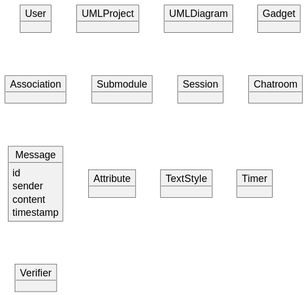
Earlier version of the PlantUML export docs/graphs/svg/dm.svg (Vghxv/Dr.UML__________________).
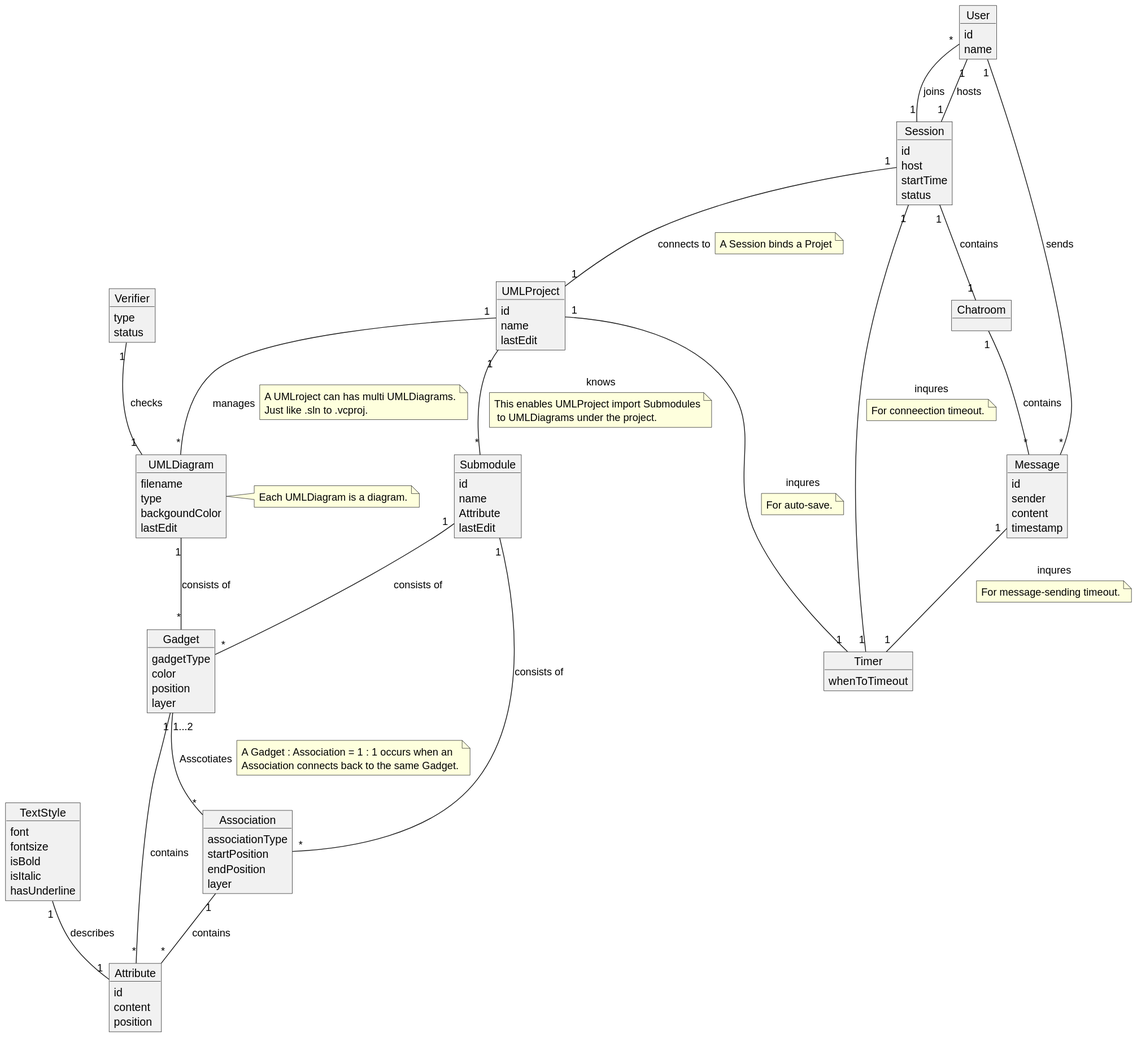
Above is the later version.

What changed in the source:
```diff
@@ -3,24 +3,52 @@
 
 
     object User {
+        id
+        name
     }
 
     object UMLProject {
+        id
+        name
+        lastEdit
     }
 
     object UMLDiagram {
+        filename
+        type
+        backgoundColor
+        lastEdit
     }
+    note right
+        Each UMLDiagram is a diagram.
+    end note
 
     object Gadget {
+        gadgetType
+        color
+        position
+        layer
     }
 
     object Association {
+        associationType
+        startPosition
+        endPosition
+        layer
     }
 
     object Submodule {
+        id
+        name
+        Attribute
+        lastEdit
     }
 
     object Session {
+        id
+        host
+        startTime
+        status
     }
 
     object Chatroom {
@@ -35,17 +63,75 @@
     }
 
     object Attribute {
+        id
+        content
+        position
     }
 
     object TextStyle {
+        font
+        fontsize
+        isBold
+        isItalic
+        hasUnderline
     }
 
     object Timer {
+        whenToTimeout
     }
 
 
     object Verifier {
+        type
+        status
     }
+
+
+    UMLProject "1" -- "*" UMLDiagram : manages
+    note right on link
+        A UMLroject can has multi UMLDiagrams.
+        Just like .sln to .vcproj.
+    end note
+
+    UMLDiagram "1" -- "*" Gadget : consists of
+    Submodule "1" -- "*" Gadget : consists of
+    Submodule "1" -- "*" Association : consists of
+    Gadget "1" -- "*" Attribute : contains
+    Association  "1" -- "*" Attribute : contains
+    Gadget "1...2" -- "*" Association : Asscotiates
+    note right on link
+        A Gadget : Association = 1 : 1 occurs when an
+        Association connects back to the same Gadget.
+    end note
+    UMLProject  "1" -- "*" Submodule : knows
+    note bottom on link
+        This enables UMLProject import Submodules
+         to UMLDiagrams under the project.
+    end note
+
+    User "1" -- "1" Session : hosts
+    User  "*" -- "1" Session : joins
+    Session "1" -- "1" UMLProject : connects to
+    note right on link
+        A Session binds a Projet
+    end note
+    Session "1" -- "1" Chatroom : contains
+    Chatroom "1" -- "*" Message : contains
+    User "1" -- "*" Message : sends
+    TextStyle "1" -- "1" Attribute : describes
+    UMLProject "1" -- "1" Timer : inqures
+    note bottom on link
+        For auto-save.
+    end note
+    Session "1" -- "1" Timer : inqures
+    note bottom on link
+            For conneection timeout.
+    end note
+    Message "1" -- "1" Timer : inqures
+    note bottom on link
+            For message-sending timeout.
+    end note
+    Verifier "1" -- "1" UMLDiagram : checks
 
 
 
```
